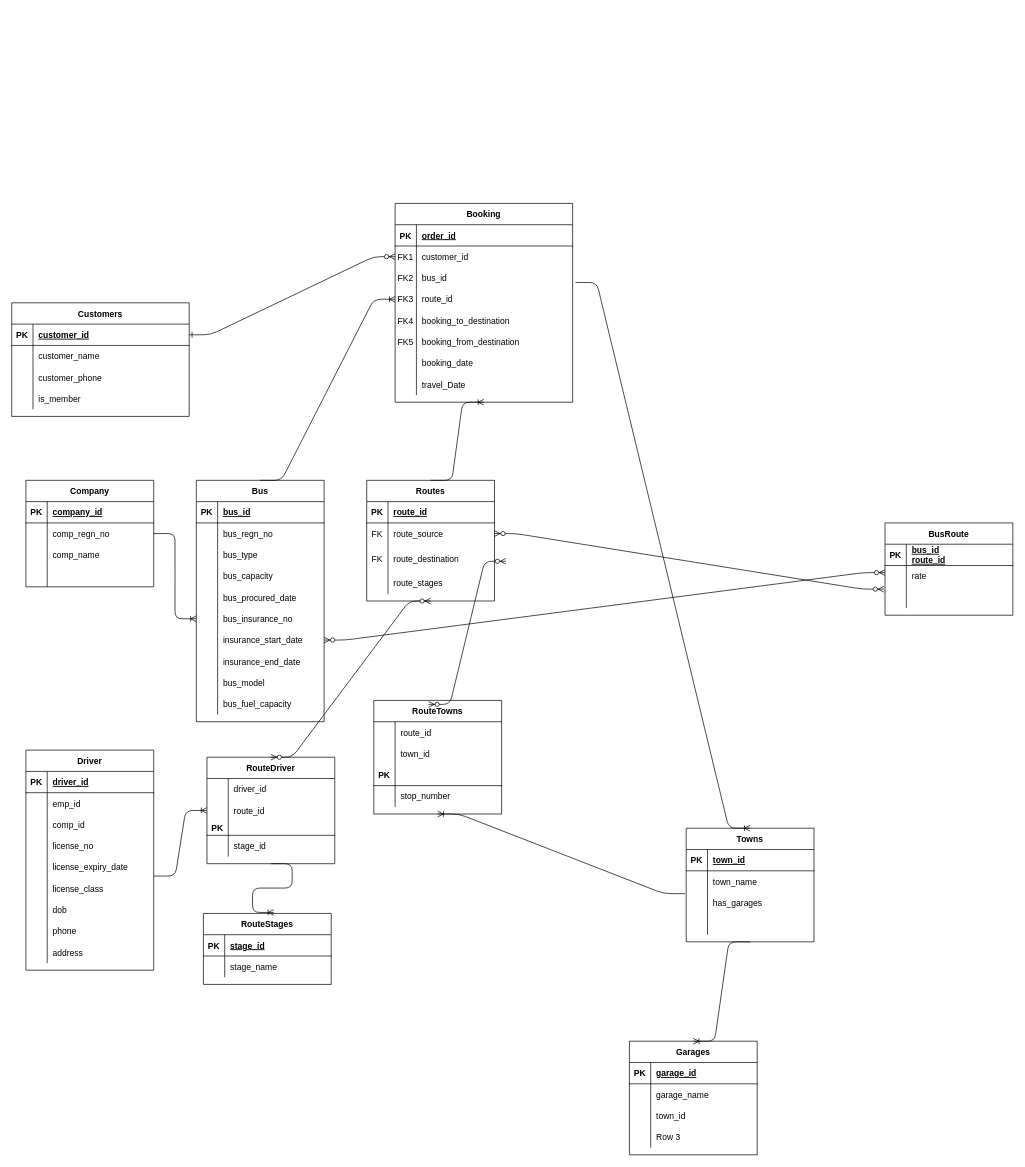
This is Untitled Diagram.drawio from hastyhoop/portfolio, a draw.io file, before an edit. Source tidied: cells renumbered, new cells numbered last; positions are measured from the earlier drawing's top-left corner, leaving out a move shared by most shapes. Both pictures are drawn from the tidied source at 71%, with x=0, y=0 at pixel (11, 203).
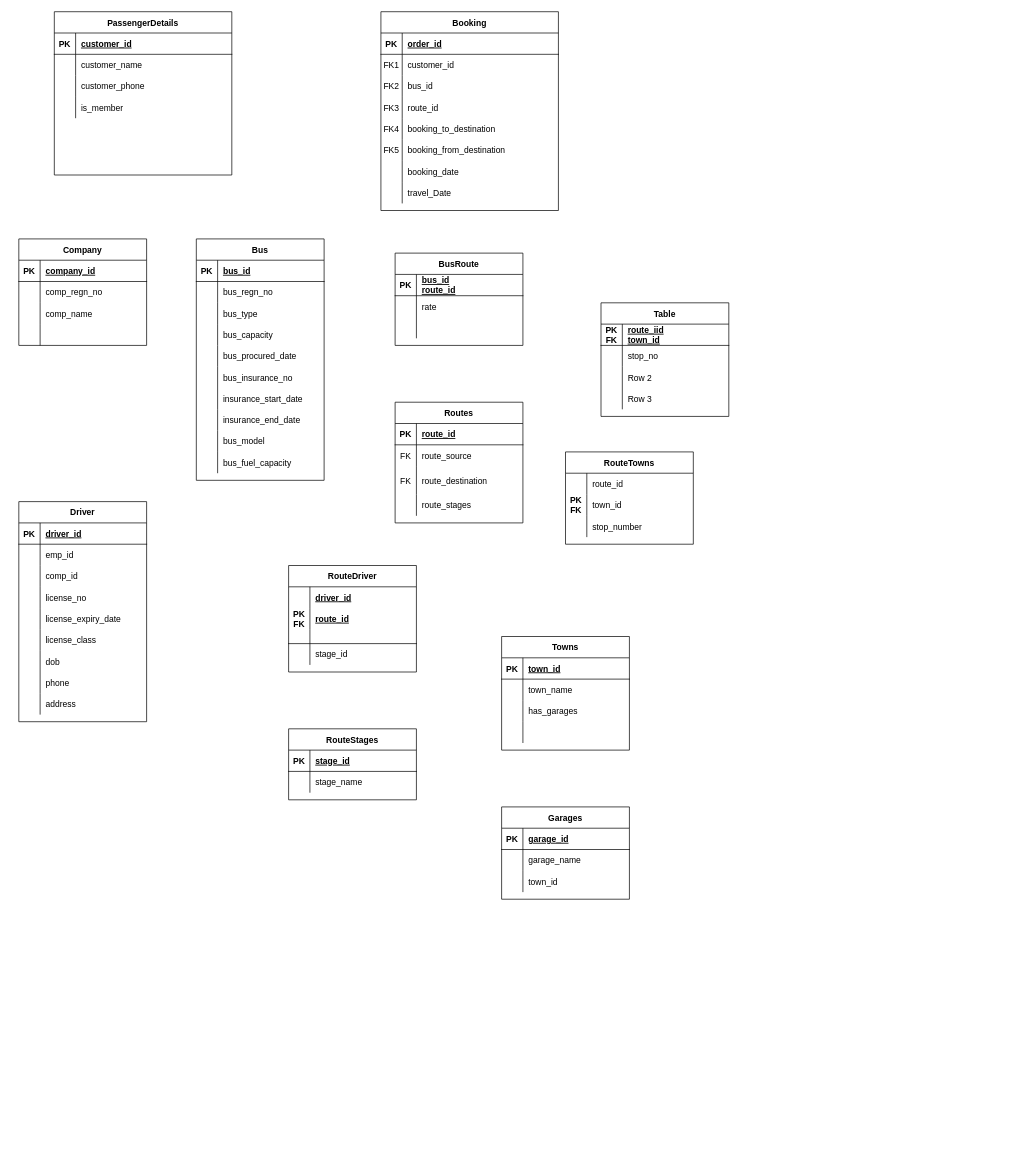
The same diagram, later.

The change refers to these unchanged cells:
```xml
<mxCell id="7" style="shape=partialRectangle;fillColor=none;points=[[0,0.5],[1,0.5]];portConstraint=eastwest;top=0;left=0;right=0;bottom=0;" parent="3" vertex="1">
  <mxGeometry y="60" width="250" height="30" as="geometry" />
</mxCell>
<mxCell id="13" style="shape=partialRectangle;fillColor=none;points=[[0,0.5],[1,0.5]];portConstraint=eastwest;top=0;left=0;right=0;bottom=0;" parent="3" vertex="1">
  <mxGeometry y="120" width="250" height="30" as="geometry" />
</mxCell>
<mxCell id="29" style="shape=partialRectangle;fillColor=none;points=[[0,0.5],[1,0.5]];portConstraint=eastwest;top=0;left=0;right=0;bottom=1;" parent="28" vertex="1">
  <mxGeometry y="30" width="250" height="30" as="geometry" />
</mxCell>
<mxCell id="57" style="shape=partialRectangle;fillColor=none;top=0;left=0;bottom=0;right=0;points=[[0,0.5],[1,0.5]];portConstraint=eastwest;" parent="41" vertex="1">
  <mxGeometry y="180" width="180" height="30" as="geometry" />
</mxCell>
<mxCell id="60" style="shape=partialRectangle;fillColor=none;top=0;left=0;bottom=0;right=0;points=[[0,0.5],[1,0.5]];portConstraint=eastwest;" parent="41" vertex="1">
  <mxGeometry y="210" width="180" height="30" as="geometry" />
</mxCell>
<mxCell id="76" style="shape=partialRectangle;fillColor=none;top=0;left=0;bottom=0;right=0;points=[[0,0.5],[1,0.5]];portConstraint=eastwest;" parent="72" vertex="1">
  <mxGeometry y="60" width="180" height="30" as="geometry" />
</mxCell>
<mxCell id="82" style="shape=partialRectangle;fillColor=none;top=0;left=0;bottom=0;right=0;points=[[0,0.5],[1,0.5]];portConstraint=eastwest;" parent="72" vertex="1">
  <mxGeometry y="130" width="180" height="30" as="geometry" />
</mxCell>
<mxCell id="89" style="shape=partialRectangle;fillColor=none;top=0;left=0;bottom=0;right=0;points=[[0,0.5],[1,0.5]];portConstraint=eastwest;" parent="85" vertex="1">
  <mxGeometry y="60" width="180" height="30" as="geometry" />
</mxCell>
<mxCell id="105" style="shape=partialRectangle;fillColor=none;top=0;left=0;bottom=0;right=0;points=[[0,0.5],[1,0.5]];portConstraint=eastwest;" parent="98" vertex="1">
  <mxGeometry y="90" width="180" height="30" as="geometry" />
</mxCell>
<mxCell id="128" style="shape=partialRectangle;fillColor=none;top=0;left=0;bottom=0;right=0;" parent="124" vertex="1">
  <mxGeometry y="60" width="180" height="30" as="geometry" />
</mxCell>
<mxCell id="154" style="shape=partialRectangle;fillColor=none;top=0;left=0;bottom=0;right=0;points=[[0,0.5],[1,0.5]];portConstraint=eastwest;" parent="138" vertex="1">
  <mxGeometry y="180" width="180" height="30" as="geometry" />
</mxCell>
<mxCell id="168" style="shape=partialRectangle;fillColor=none;top=0;left=0;bottom=0;right=0;" parent="167" vertex="1">
  <mxGeometry y="30" width="180" height="30" as="geometry" />
</mxCell>
<mxCell id="171" style="shape=partialRectangle;fillColor=none;top=0;left=0;bottom=0;right=0;" parent="167" vertex="1">
  <mxGeometry y="60" width="180" height="30" as="geometry" />
</mxCell>
<mxCell id="174" style="shape=partialRectangle;fillColor=none;top=0;left=0;bottom=1;right=0;" parent="167" vertex="1">
  <mxGeometry y="90" width="180" height="20" as="geometry" />
</mxCell>
<mxCell id="199" style="shape=partialRectangle;fillColor=none;top=0;left=0;bottom=0;right=0;points=[[0,0.5],[1,0.5]];portConstraint=eastwest;" parent="195" vertex="1">
  <mxGeometry y="60" width="180" height="30" as="geometry" />
</mxCell>
```

Change to the diagram source:
```diff
@@
-    <mxCell id="2" style="edgeStyle=entityRelationEdgeStyle;endArrow=ERzeroToMany;startArrow=ERone;endFill=1;startFill=0;" parent="1" edge="1" source="29" target="7">
-      <mxGeometry relative="1" as="geometry" />
-    </mxCell>
     <mxCell id="3" value="Booking" style="shape=table;startSize=30;childLayout=tableLayout;rowLines=0;fontStyle=1;align=center;" parent="1" vertex="1">
-      <mxGeometry x="540" width="250" height="280" as="geometry" />
+      <mxGeometry x="520" y="-270" width="250" height="280" as="geometry" />
     </mxCell>
@@
-    <mxCell id="28" value="Customers" style="shape=table;startSize=30;childLayout=tableLayout;rowLines=0;fontStyle=1;align=center;" parent="1" vertex="1">
-      <mxGeometry y="140" width="250" height="160" as="geometry" />
+    <mxCell id="28" value="PassengerDetails" style="shape=table;startSize=30;childLayout=tableLayout;rowLines=0;fontStyle=1;align=center;" parent="1" vertex="1">
+      <mxGeometry x="60" y="-270" width="250" height="230" as="geometry" />
     </mxCell>
@@
     <mxCell id="41" value="Bus" style="shape=table;startSize=30;childLayout=tableLayout;rowLines=0;fontStyle=1;align=center;" parent="1" vertex="1">
-      <mxGeometry x="260" y="390" width="180" height="340" as="geometry" />
+      <mxGeometry x="260" y="50" width="180" height="340" as="geometry" />
     </mxCell>
@@
     <mxCell id="72" value="Routes" style="shape=table;startSize=30;childLayout=tableLayout;rowLines=0;fontStyle=1;align=center;" parent="1" vertex="1">
-      <mxGeometry x="500" y="390" width="180" height="170" as="geometry" />
+      <mxGeometry x="540" y="280" width="180" height="170" as="geometry" />
     </mxCell>
@@
     <mxCell id="85" value="Company" style="shape=table;startSize=30;childLayout=tableLayout;rowLines=0;fontStyle=1;align=center;" parent="1" vertex="1">
-      <mxGeometry x="20" y="390" width="180" height="150" as="geometry" />
+      <mxGeometry x="10" y="50" width="180" height="150" as="geometry" />
     </mxCell>
@@
     <mxCell id="98" value="Towns" style="shape=table;startSize=30;childLayout=tableLayout;rowLines=0;fontStyle=1;align=center;" parent="1" vertex="1">
-      <mxGeometry x="950" y="880" width="180" height="160" as="geometry" />
+      <mxGeometry x="690" y="610" width="180" height="160" as="geometry" />
     </mxCell>
@@
     <mxCell id="111" value="Garages" style="shape=table;startSize=30;childLayout=tableLayout;rowLines=0;fontStyle=1;align=center;" parent="1" vertex="1">
-      <mxGeometry x="870" y="1180" width="180" height="160" as="geometry" />
+      <mxGeometry x="690" y="850" width="180" height="130" as="geometry" />
     </mxCell>
@@
-    <mxCell id="121" style="shape=partialRectangle;fillColor=none;top=0;left=0;bottom=0;right=0;" parent="111" vertex="1">
-      <mxGeometry y="120" width="180" height="30" as="geometry" />
-    </mxCell>
-    <mxCell id="122" style="shape=partialRectangle;fillColor=none;top=0;left=0;bottom=0;right=0;overflow=hidden;" parent="121" vertex="1">
-      <mxGeometry width="30" height="30" as="geometry" />
-    </mxCell>
-    <mxCell id="123" value="Row 3" style="shape=partialRectangle;fillColor=none;top=0;left=0;bottom=0;right=0;align=left;spacingLeft=6;overflow=hidden;" parent="121" vertex="1">
-      <mxGeometry x="30" width="150" height="30" as="geometry" />
-    </mxCell>
     <mxCell id="124" value="RouteTowns" style="shape=table;startSize=30;childLayout=tableLayout;rowLines=0;fontStyle=1;align=center;" parent="1" vertex="1">
-      <mxGeometry x="510" y="700" width="180" height="160" as="geometry" />
+      <mxGeometry x="780" y="350" width="180" height="130" as="geometry" />
     </mxCell>
@@
-    <mxCell id="129" style="shape=partialRectangle;fillColor=none;top=0;left=0;bottom=0;right=0;overflow=hidden;" parent="128" vertex="1">
+    <mxCell id="129" value="PK&#10;FK" style="shape=partialRectangle;fillColor=none;top=0;left=0;bottom=0;right=0;overflow=hidden;fontStyle=1;" parent="128" vertex="1">
       <mxGeometry width="30" height="30" as="geometry" />
     </mxCell>
@@
-    <mxCell id="131" style="shape=partialRectangle;fillColor=none;top=0;left=0;bottom=1;right=0;" parent="124" vertex="1">
-      <mxGeometry y="90" width="180" height="30" as="geometry" />
-    </mxCell>
-    <mxCell id="132" value="PK" style="shape=partialRectangle;fillColor=none;top=0;left=0;bottom=0;right=0;fontStyle=1;overflow=hidden;" parent="131" vertex="1">
-      <mxGeometry width="30" height="30" as="geometry" />
-    </mxCell>
-    <mxCell id="133" style="shape=partialRectangle;fillColor=none;top=0;left=0;bottom=0;right=0;align=left;spacingLeft=6;fontStyle=5;overflow=hidden;" parent="131" vertex="1">
-      <mxGeometry x="30" width="150" height="30" as="geometry" />
-    </mxCell>
     <mxCell id="134" style="shape=partialRectangle;fillColor=none;top=0;left=0;bottom=0;right=0;" parent="124" vertex="1">
-      <mxGeometry y="120" width="180" height="30" as="geometry" />
+      <mxGeometry y="90" width="180" height="30" as="geometry" />
     </mxCell>
@@
-    <mxCell id="137" style="edgeStyle=entityRelationEdgeStyle;fontSize=12;html=1;endArrow=ERoneToMany;exitX=1;exitY=0.5;exitDx=0;exitDy=0;entryX=0;entryY=0.5;entryDx=0;entryDy=0;" parent="1" edge="1" source="89" target="57">
-      <mxGeometry relative="1" as="geometry" />
-    </mxCell>
     <mxCell id="138" value="Driver" style="shape=table;startSize=30;childLayout=tableLayout;rowLines=0;fontStyle=1;align=center;" parent="1" vertex="1">
-      <mxGeometry x="20" y="770" width="180" height="310" as="geometry" />
+      <mxGeometry x="10" y="420" width="180" height="310" as="geometry" />
     </mxCell>
@@
-    <mxCell id="166" style="edgeStyle=entityRelationEdgeStyle;fontSize=12;html=1;endArrow=ERoneToMany;exitX=0.5;exitY=1;exitDx=0;exitDy=0;entryX=0.5;entryY=0;entryDx=0;entryDy=0;" parent="1" edge="1" source="98" target="111">
-      <mxGeometry relative="1" as="geometry" />
-    </mxCell>
     <mxCell id="167" value="RouteDriver" style="shape=table;startSize=30;childLayout=tableLayout;rowLines=0;fontStyle=1;align=center;" parent="1" vertex="1">
-      <mxGeometry x="275" y="780" width="180" height="150" as="geometry" />
+      <mxGeometry x="390" y="510" width="180" height="150" as="geometry" />
     </mxCell>
@@
-    <mxCell id="170" value="driver_id" style="shape=partialRectangle;fillColor=none;top=0;left=0;bottom=0;right=0;align=left;spacingLeft=6;overflow=hidden;" parent="168" vertex="1">
+    <mxCell id="170" value="driver_id" style="shape=partialRectangle;fillColor=none;top=0;left=0;bottom=0;right=0;align=left;spacingLeft=6;overflow=hidden;fontStyle=5;" parent="168" vertex="1">
       <mxGeometry x="30" width="150" height="30" as="geometry" />
     </mxCell>
@@
-    <mxCell id="172" style="shape=partialRectangle;fillColor=none;top=0;left=0;bottom=0;right=0;overflow=hidden;" parent="171" vertex="1">
+    <mxCell id="172" value="PK&#10;FK" style="shape=partialRectangle;fillColor=none;top=0;left=0;bottom=0;right=0;overflow=hidden;fontStyle=1;" parent="171" vertex="1">
       <mxGeometry width="30" height="30" as="geometry" />
     </mxCell>
-    <mxCell id="173" value="route_id" style="shape=partialRectangle;fillColor=none;top=0;left=0;bottom=0;right=0;align=left;spacingLeft=6;overflow=hidden;" parent="171" vertex="1">
+    <mxCell id="173" value="route_id" style="shape=partialRectangle;fillColor=none;top=0;left=0;bottom=0;right=0;align=left;spacingLeft=6;overflow=hidden;fontStyle=5;" parent="171" vertex="1">
       <mxGeometry x="30" width="150" height="30" as="geometry" />
     </mxCell>
@@
-    <mxCell id="175" value="PK" style="shape=partialRectangle;fillColor=none;top=0;left=0;bottom=0;right=0;fontStyle=1;overflow=hidden;" parent="174" vertex="1">
+    <mxCell id="175" style="shape=partialRectangle;fillColor=none;top=0;left=0;bottom=0;right=0;fontStyle=1;overflow=hidden;" parent="174" vertex="1">
       <mxGeometry width="30" height="20" as="geometry" />
     </mxCell>
@@
     <mxCell id="180" value="RouteStages" style="shape=table;startSize=30;childLayout=tableLayout;rowLines=0;fontStyle=1;align=center;" parent="1" vertex="1">
-      <mxGeometry x="270" y="1000" width="180" height="100" as="geometry" />
+      <mxGeometry x="390" y="740" width="180" height="100" as="geometry" />
     </mxCell>
@@
-    <mxCell id="187" style="edgeStyle=entityRelationEdgeStyle;fontSize=12;html=1;endArrow=ERoneToMany;exitX=1.002;exitY=-0.087;exitDx=0;exitDy=0;exitPerimeter=0;entryX=0;entryY=0.5;entryDx=0;entryDy=0;" parent="1" edge="1" source="154" target="167">
-      <mxGeometry relative="1" as="geometry" />
-    </mxCell>
-    <mxCell id="188" style="edgeStyle=entityRelationEdgeStyle;fontSize=12;html=1;endArrow=ERoneToMany;entryX=0.551;entryY=-0.014;entryDx=0;entryDy=0;entryPerimeter=0;exitX=0.5;exitY=1;exitDx=0;exitDy=0;" parent="1" edge="1" source="167" target="180">
-      <mxGeometry relative="1" as="geometry" />
-    </mxCell>
-    <mxCell id="189" style="edgeStyle=entityRelationEdgeStyle;fontSize=12;html=1;endArrow=ERoneToMany;exitX=0.5;exitY=0;exitDx=0;exitDy=0;" parent="1" edge="1" source="41">
-      <mxGeometry relative="1" as="geometry">
-        <mxPoint x="540" y="135" as="targetPoint" />
-      </mxGeometry>
-    </mxCell>
-    <mxCell id="190" style="edgeStyle=entityRelationEdgeStyle;fontSize=12;html=1;endArrow=ERoneToMany;exitX=0.5;exitY=0;exitDx=0;exitDy=0;entryX=0.5;entryY=1;entryDx=0;entryDy=0;" parent="1" edge="1" source="72" target="3">
-      <mxGeometry relative="1" as="geometry" />
-    </mxCell>
-    <mxCell id="191" style="edgeStyle=entityRelationEdgeStyle;fontSize=12;html=1;endArrow=ERoneToMany;exitX=1.016;exitY=-0.287;exitDx=0;exitDy=0;exitPerimeter=0;entryX=0.5;entryY=0;entryDx=0;entryDy=0;" parent="1" edge="1" source="13" target="98">
-      <mxGeometry relative="1" as="geometry" />
-    </mxCell>
-    <mxCell id="192" style="edgeStyle=entityRelationEdgeStyle;fontSize=12;html=1;endArrow=ERoneToMany;entryX=0.5;entryY=1;entryDx=0;entryDy=0;exitX=-0.009;exitY=0.073;exitDx=0;exitDy=0;exitPerimeter=0;" parent="1" edge="1" source="105" target="124">
-      <mxGeometry relative="1" as="geometry" />
-    </mxCell>
-    <mxCell id="193" style="edgeStyle=entityRelationEdgeStyle;fontSize=12;html=1;endArrow=ERzeroToMany;endFill=1;startArrow=ERzeroToMany;exitX=0.5;exitY=0;exitDx=0;exitDy=0;entryX=0.5;entryY=1;entryDx=0;entryDy=0;" parent="1" edge="1" source="167" target="72">
-      <mxGeometry relative="1" as="geometry" />
-    </mxCell>
-    <mxCell id="194" style="edgeStyle=entityRelationEdgeStyle;fontSize=12;html=1;endArrow=ERzeroToMany;endFill=1;startArrow=ERzeroToMany;entryX=1.089;entryY=-0.533;entryDx=0;entryDy=0;entryPerimeter=0;exitX=0.429;exitY=0.035;exitDx=0;exitDy=0;exitPerimeter=0;" parent="1" edge="1" source="124" target="82">
-      <mxGeometry relative="1" as="geometry" />
-    </mxCell>
     <mxCell id="195" value="BusRoute" style="shape=table;startSize=30;childLayout=tableLayout;rowLines=0;fontStyle=1;align=center;" parent="1" vertex="1">
-      <mxGeometry x="1230" y="450" width="180" height="130" as="geometry" />
+      <mxGeometry x="540" y="70" width="180" height="130" as="geometry" />
     </mxCell>
@@
-    <mxCell id="205" style="edgeStyle=entityRelationEdgeStyle;fontSize=12;html=1;endArrow=ERzeroToMany;endFill=1;startArrow=ERzeroToMany;exitX=1;exitY=0.5;exitDx=0;exitDy=0;" parent="1" edge="1" source="60">
-      <mxGeometry relative="1" as="geometry">
-        <mxPoint x="1230" y="520" as="targetPoint" />
-      </mxGeometry>
-    </mxCell>
-    <mxCell id="206" style="edgeStyle=entityRelationEdgeStyle;fontSize=12;html=1;endArrow=ERzeroToMany;endFill=1;startArrow=ERzeroToMany;exitX=1;exitY=0.5;exitDx=0;exitDy=0;entryX=-0.009;entryY=1.11;entryDx=0;entryDy=0;entryPerimeter=0;" parent="1" edge="1" source="76" target="199">
-      <mxGeometry relative="1" as="geometry" />
-    </mxCell>
+    <mxCell id="207" value="Table" style="shape=table;startSize=30;childLayout=tableLayout;rowLines=0;fontStyle=1;align=center;" parent="1" vertex="1">
+      <mxGeometry x="830" y="140" width="180" height="160" as="geometry" />
+    </mxCell>
+    <mxCell id="208" style="shape=partialRectangle;fillColor=none;top=0;left=0;bottom=1;right=0;" parent="207" vertex="1">
+      <mxGeometry y="30" width="180" height="30" as="geometry" />
+    </mxCell>
+    <mxCell id="209" value="PK&#10;FK" style="shape=partialRectangle;fillColor=none;top=0;left=0;bottom=0;right=0;fontStyle=1;overflow=hidden;" parent="208" vertex="1">
+      <mxGeometry width="30" height="30" as="geometry" />
+    </mxCell>
+    <mxCell id="210" value="route_iid&#10;town_id" style="shape=partialRectangle;fillColor=none;top=0;left=0;bottom=0;right=0;align=left;spacingLeft=6;fontStyle=5;overflow=hidden;" parent="208" vertex="1">
+      <mxGeometry x="30" width="150" height="30" as="geometry" />
+    </mxCell>
+    <mxCell id="211" style="shape=partialRectangle;fillColor=none;top=0;left=0;bottom=0;right=0;" parent="207" vertex="1">
+      <mxGeometry y="60" width="180" height="30" as="geometry" />
+    </mxCell>
+    <mxCell id="212" style="shape=partialRectangle;fillColor=none;top=0;left=0;bottom=0;right=0;overflow=hidden;" parent="211" vertex="1">
+      <mxGeometry width="30" height="30" as="geometry" />
+    </mxCell>
+    <mxCell id="213" value="stop_no" style="shape=partialRectangle;fillColor=none;top=0;left=0;bottom=0;right=0;align=left;spacingLeft=6;overflow=hidden;" parent="211" vertex="1">
+      <mxGeometry x="30" width="150" height="30" as="geometry" />
+    </mxCell>
+    <mxCell id="214" style="shape=partialRectangle;fillColor=none;top=0;left=0;bottom=0;right=0;" parent="207" vertex="1">
+      <mxGeometry y="90" width="180" height="30" as="geometry" />
+    </mxCell>
+    <mxCell id="215" style="shape=partialRectangle;fillColor=none;top=0;left=0;bottom=0;right=0;overflow=hidden;" parent="214" vertex="1">
+      <mxGeometry width="30" height="30" as="geometry" />
+    </mxCell>
+    <mxCell id="216" value="Row 2" style="shape=partialRectangle;fillColor=none;top=0;left=0;bottom=0;right=0;align=left;spacingLeft=6;overflow=hidden;" parent="214" vertex="1">
+      <mxGeometry x="30" width="150" height="30" as="geometry" />
+    </mxCell>
+    <mxCell id="121" style="shape=partialRectangle;fillColor=none;top=0;left=0;bottom=0;right=0;" parent="207" vertex="1">
+      <mxGeometry y="120" width="180" height="30" as="geometry" />
+    </mxCell>
+    <mxCell id="217" style="shape=partialRectangle;fillColor=none;top=0;left=0;bottom=0;right=0;overflow=hidden;" parent="121" vertex="1">
+      <mxGeometry width="30" height="30" as="geometry" />
+    </mxCell>
+    <mxCell id="123" value="Row 3" style="shape=partialRectangle;fillColor=none;top=0;left=0;bottom=0;right=0;align=left;spacingLeft=6;overflow=hidden;" parent="121" vertex="1">
+      <mxGeometry x="30" width="150" height="30" as="geometry" />
+    </mxCell>
```
